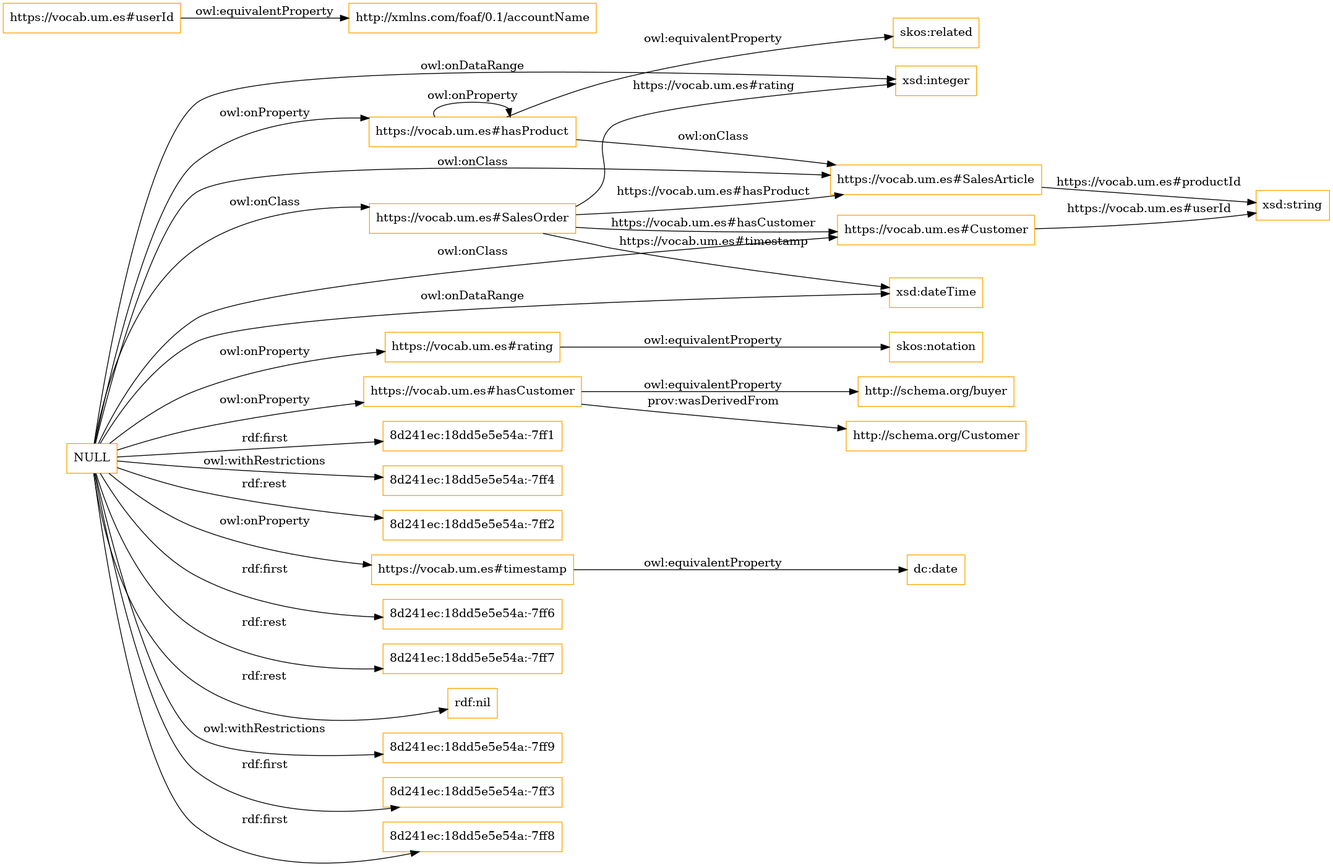
Above: OnToology/ontologies/AmazonRatings_ontology_LLM.owl/diagrams/ar2dtool-class/AmazonRatings_ontology_LLM.owl.png in tecnomod-um/OntoGenixEvaluation (Graphviz), before the change. Its source is kept beside it as OnToology/ontologies/AmazonRatings_ontology_LLM.owl/diagrams/ar2dtool-class/AmazonRatings_ontology_LLM.owl.png.dot.
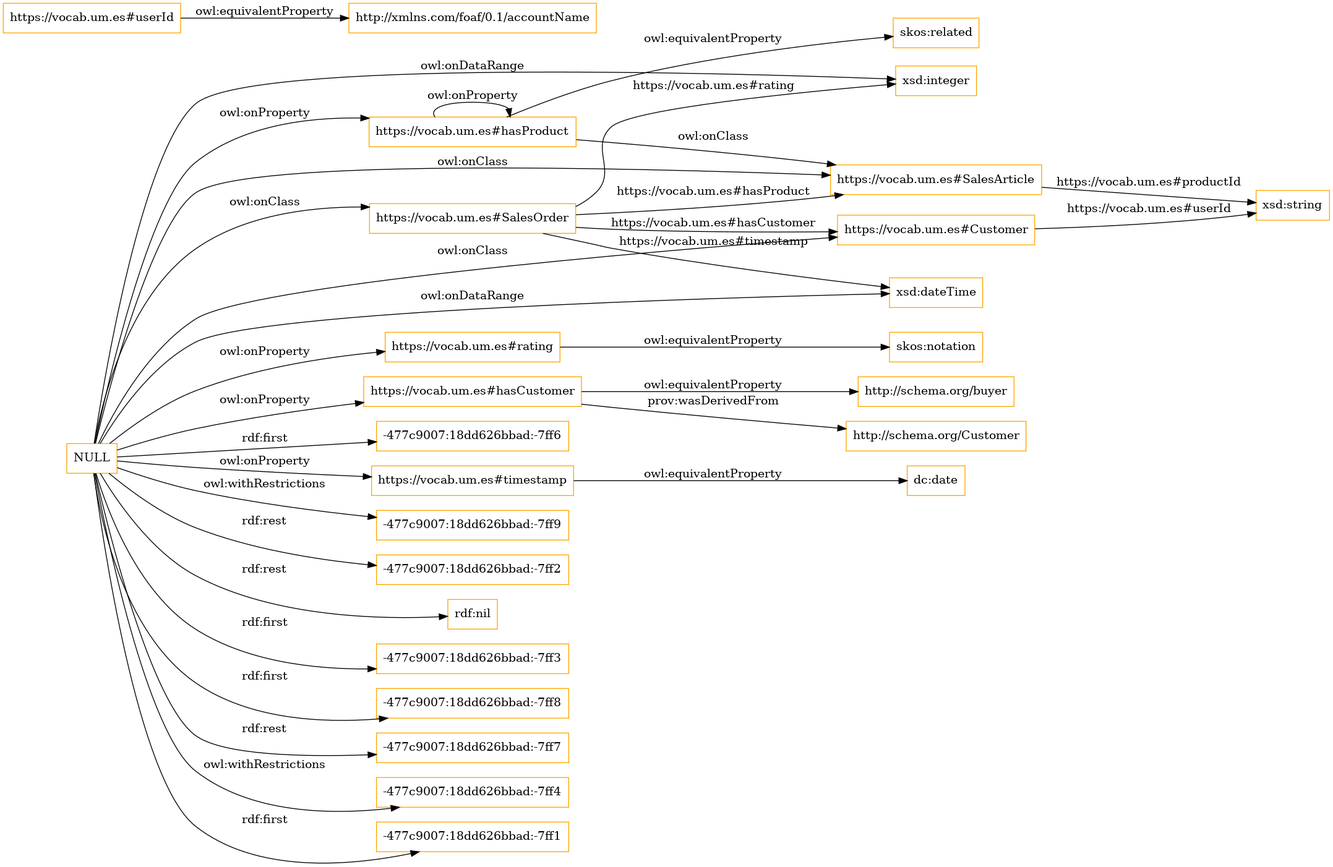
The same file after the commit.

Diff of the diagram source:
```diff
@@ -10,23 +10,23 @@
 	"https://vocab.um.es#hasProduct" -> "https://vocab.um.es#hasProduct" [ label = "owl:onProperty" ];
 	"https://vocab.um.es#timestamp" -> "dc:date" [ label = "owl:equivalentProperty" ];
 	"https://vocab.um.es#userId" -> "http://xmlns.com/foaf/0.1/accountName" [ label = "owl:equivalentProperty" ];
-	"NULL" -> "8d241ec:18dd5e5e54a:-7ff1" [ label = "rdf:first" ];
-	"NULL" -> "8d241ec:18dd5e5e54a:-7ff4" [ label = "owl:withRestrictions" ];
-	"NULL" -> "8d241ec:18dd5e5e54a:-7ff2" [ label = "rdf:rest" ];
+	"NULL" -> "-477c9007:18dd626bbad:-7ff6" [ label = "rdf:first" ];
 	"NULL" -> "xsd:integer" [ label = "owl:onDataRange" ];
 	"NULL" -> "xsd:dateTime" [ label = "owl:onDataRange" ];
-	"NULL" -> "8d241ec:18dd5e5e54a:-7ff6" [ label = "rdf:first" ];
 	"NULL" -> "https://vocab.um.es#rating" [ label = "owl:onProperty" ];
-	"NULL" -> "8d241ec:18dd5e5e54a:-7ff7" [ label = "rdf:rest" ];
 	"NULL" -> "https://vocab.um.es#SalesArticle" [ label = "owl:onClass" ];
+	"NULL" -> "-477c9007:18dd626bbad:-7ff9" [ label = "owl:withRestrictions" ];
+	"NULL" -> "-477c9007:18dd626bbad:-7ff2" [ label = "rdf:rest" ];
 	"NULL" -> "rdf:nil" [ label = "rdf:rest" ];
 	"NULL" -> "https://vocab.um.es#hasProduct" [ label = "owl:onProperty" ];
-	"NULL" -> "8d241ec:18dd5e5e54a:-7ff9" [ label = "owl:withRestrictions" ];
+	"NULL" -> "-477c9007:18dd626bbad:-7ff3" [ label = "rdf:first" ];
+	"NULL" -> "-477c9007:18dd626bbad:-7ff8" [ label = "rdf:first" ];
+	"NULL" -> "https://vocab.um.es#Customer" [ label = "owl:onClass" ];
 	"NULL" -> "https://vocab.um.es#timestamp" [ label = "owl:onProperty" ];
-	"NULL" -> "https://vocab.um.es#Customer" [ label = "owl:onClass" ];
-	"NULL" -> "8d241ec:18dd5e5e54a:-7ff3" [ label = "rdf:first" ];
-	"NULL" -> "8d241ec:18dd5e5e54a:-7ff8" [ label = "rdf:first" ];
+	"NULL" -> "-477c9007:18dd626bbad:-7ff7" [ label = "rdf:rest" ];
 	"NULL" -> "https://vocab.um.es#hasCustomer" [ label = "owl:onProperty" ];
+	"NULL" -> "-477c9007:18dd626bbad:-7ff4" [ label = "owl:withRestrictions" ];
+	"NULL" -> "-477c9007:18dd626bbad:-7ff1" [ label = "rdf:first" ];
 	"NULL" -> "https://vocab.um.es#SalesOrder" [ label = "owl:onClass" ];
 	"https://vocab.um.es#SalesOrder" -> "xsd:integer" [ label = "https://vocab.um.es#rating" ];
 	"https://vocab.um.es#Customer" -> "xsd:string" [ label = "https://vocab.um.es#userId" ];
```
